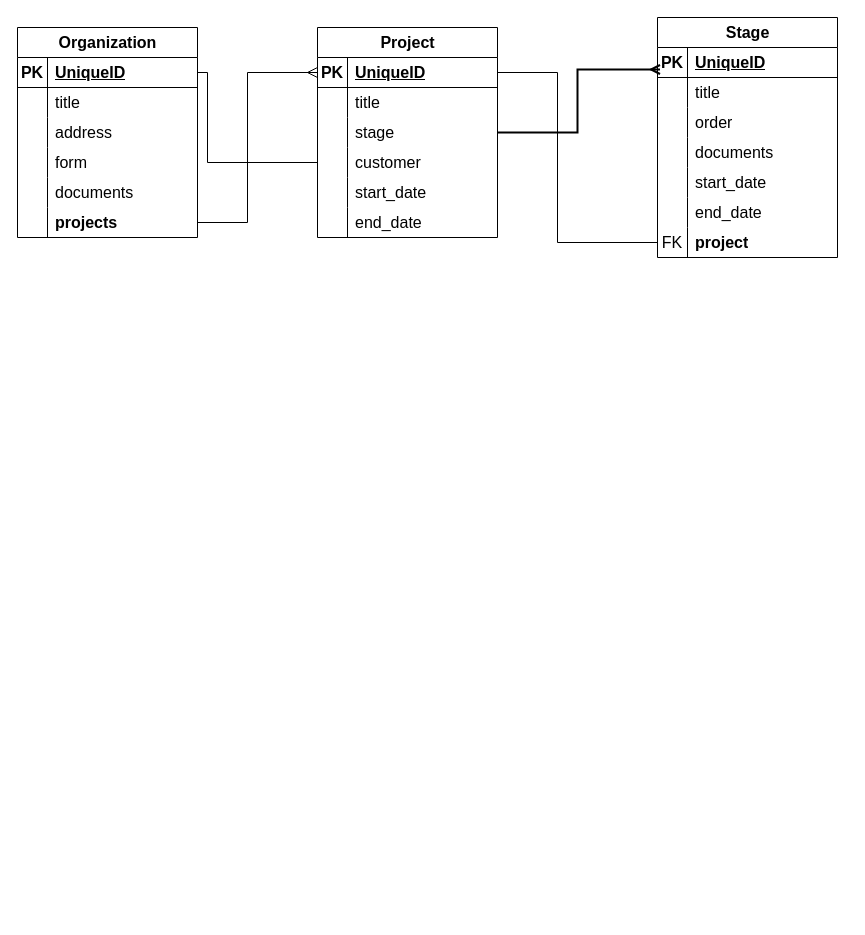
Before: assets/Test.drawio in rinatovich/Projectmon, a draw.io diagram. Source tidied: cells renumbered, new cells numbered last; positions are measured from the earlier drawing's top-left corner, leaving out a move shared by most shapes. Both pictures are drawn from the tidied source at 100%, with x=0, y=0 at pixel (17, 17).
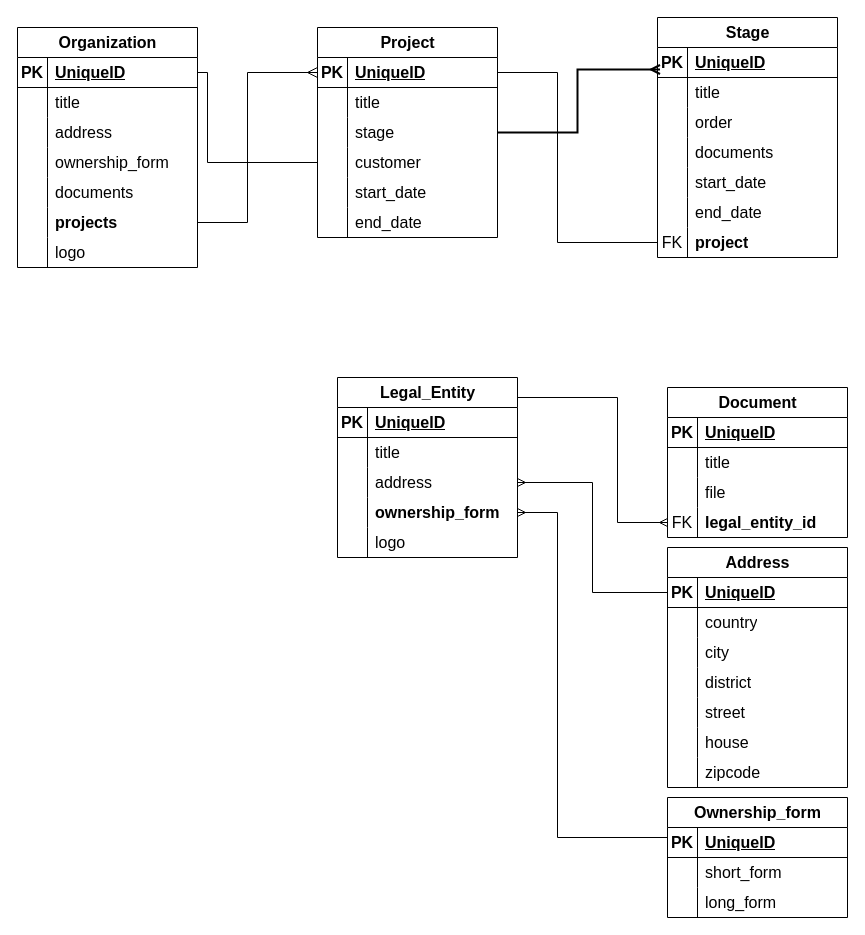
Above is the later version.

Commit message:
Database diagram update

Unchanged cells that the change refers to:
```xml
<mxCell id="54" style="shape=tableRow;horizontal=0;startSize=0;swimlaneHead=0;swimlaneBody=0;fillColor=none;top=0;left=0;right=0;bottom=0;fontSize=16;" parent="44" vertex="1">
  <mxGeometry y="120" width="180" height="30" as="geometry" />
</mxCell>
```

The edit, as a diff of the source:
```diff
@@
     <mxCell id="44" value="Organization" style="shape=table;startSize=30;childLayout=tableLayout;rowLines=0;fontStyle=1;align=center;html=1;fontSize=16;" parent="1" vertex="1">
-      <mxGeometry y="10" width="180" height="210" as="geometry" />
+      <mxGeometry y="10" width="180" height="240" as="geometry" />
     </mxCell>
@@
-    <mxCell id="56" value="form" style="shape=partialRectangle;fillColor=none;top=0;left=0;bottom=0;right=0;align=left;spacingLeft=6;overflow=hidden;whiteSpace=wrap;html=1;fontSize=16;" parent="54" vertex="1">
+    <mxCell id="56" value="ownership_form" style="shape=partialRectangle;fillColor=none;top=0;left=0;bottom=0;right=0;align=left;spacingLeft=6;overflow=hidden;whiteSpace=wrap;html=1;fontSize=16;" parent="54" vertex="1">
       <mxGeometry x="30" width="150" height="30" as="geometry" />
     </mxCell>
@@
+    <mxCell id="66" style="shape=tableRow;horizontal=0;startSize=0;swimlaneHead=0;swimlaneBody=0;fillColor=none;top=0;left=0;right=0;bottom=0;fontSize=16;" parent="44" vertex="1">
+      <mxGeometry y="210" width="180" height="30" as="geometry" />
+    </mxCell>
+    <mxCell id="67" style="shape=partialRectangle;fillColor=none;top=0;left=0;bottom=0;right=0;overflow=hidden;whiteSpace=wrap;html=1;fontSize=16;" parent="66" vertex="1">
+      <mxGeometry width="30" height="30" as="geometry" />
+    </mxCell>
+    <mxCell id="68" value="logo" style="shape=partialRectangle;fillColor=none;top=0;left=0;bottom=0;right=0;align=left;spacingLeft=6;overflow=hidden;whiteSpace=wrap;html=1;fontSize=16;" parent="66" vertex="1">
+      <mxGeometry x="30" width="150" height="30" as="geometry" />
+    </mxCell>
@@
+    <mxCell id="69" value="Legal_Entity" style="shape=table;startSize=30;childLayout=tableLayout;rowLines=0;fontStyle=1;align=center;html=1;fontSize=16;" parent="1" vertex="1">
+      <mxGeometry x="320" y="360" width="180" height="180" as="geometry" />
+    </mxCell>
+    <mxCell id="70" style="shape=tableRow;horizontal=0;startSize=0;swimlaneHead=0;swimlaneBody=0;fillColor=none;top=0;left=0;right=0;bottom=1;fontSize=16;" parent="69" vertex="1">
+      <mxGeometry y="30" width="180" height="30" as="geometry" />
+    </mxCell>
+    <mxCell id="71" value="PK" style="shape=partialRectangle;fillColor=none;top=0;left=0;bottom=0;right=0;fontStyle=1;overflow=hidden;whiteSpace=wrap;html=1;fontSize=16;" parent="70" vertex="1">
+      <mxGeometry width="30" height="30" as="geometry" />
+    </mxCell>
+    <mxCell id="72" value="UniqueID" style="shape=partialRectangle;fillColor=none;top=0;left=0;bottom=0;right=0;align=left;spacingLeft=6;fontStyle=5;overflow=hidden;whiteSpace=wrap;html=1;fontSize=16;" parent="70" vertex="1">
+      <mxGeometry x="30" width="150" height="30" as="geometry" />
+    </mxCell>
+    <mxCell id="73" style="shape=tableRow;horizontal=0;startSize=0;swimlaneHead=0;swimlaneBody=0;fillColor=none;top=0;left=0;right=0;bottom=0;fontSize=16;" parent="69" vertex="1">
+      <mxGeometry y="60" width="180" height="30" as="geometry" />
+    </mxCell>
+    <mxCell id="74" style="shape=partialRectangle;fillColor=none;top=0;left=0;bottom=0;right=0;overflow=hidden;whiteSpace=wrap;html=1;fontSize=16;" parent="73" vertex="1">
+      <mxGeometry width="30" height="30" as="geometry" />
+    </mxCell>
+    <mxCell id="75" value="title" style="shape=partialRectangle;fillColor=none;top=0;left=0;bottom=0;right=0;align=left;spacingLeft=6;overflow=hidden;whiteSpace=wrap;html=1;fontSize=16;" parent="73" vertex="1">
+      <mxGeometry x="30" width="150" height="30" as="geometry" />
+    </mxCell>
+    <mxCell id="76" style="shape=tableRow;horizontal=0;startSize=0;swimlaneHead=0;swimlaneBody=0;fillColor=none;points=[[0,0.5],[1,0.5]];portConstraint=eastwest;top=0;left=0;right=0;bottom=0;fontSize=16;" parent="69" vertex="1">
+      <mxGeometry y="90" width="180" height="30" as="geometry" />
+    </mxCell>
+    <mxCell id="77" style="shape=partialRectangle;fillColor=none;top=0;left=0;bottom=0;right=0;overflow=hidden;whiteSpace=wrap;html=1;fontSize=16;" parent="76" vertex="1">
+      <mxGeometry width="30" height="30" as="geometry" />
+    </mxCell>
+    <mxCell id="78" value="address" style="shape=partialRectangle;fillColor=none;top=0;left=0;bottom=0;right=0;align=left;spacingLeft=6;overflow=hidden;whiteSpace=wrap;html=1;fontSize=16;" parent="76" vertex="1">
+      <mxGeometry x="30" width="150" height="30" as="geometry" />
+    </mxCell>
+    <mxCell id="79" style="shape=tableRow;horizontal=0;startSize=0;swimlaneHead=0;swimlaneBody=0;fillColor=none;points=[[0,0.5],[1,0.5]];portConstraint=eastwest;top=0;left=0;right=0;bottom=0;fontSize=16;" parent="69" vertex="1">
+      <mxGeometry y="120" width="180" height="30" as="geometry" />
+    </mxCell>
+    <mxCell id="80" style="shape=partialRectangle;fillColor=none;top=0;left=0;bottom=0;right=0;overflow=hidden;whiteSpace=wrap;html=1;fontSize=16;" parent="79" vertex="1">
+      <mxGeometry width="30" height="30" as="geometry" />
+    </mxCell>
+    <mxCell id="81" value="ownership_form" style="shape=partialRectangle;fillColor=none;top=0;left=0;bottom=0;right=0;align=left;spacingLeft=6;overflow=hidden;whiteSpace=wrap;html=1;fontSize=16;fontStyle=1;" parent="79" vertex="1">
+      <mxGeometry x="30" width="150" height="30" as="geometry" />
+    </mxCell>
+    <mxCell id="82" style="shape=tableRow;horizontal=0;startSize=0;swimlaneHead=0;swimlaneBody=0;fillColor=none;top=0;left=0;right=0;bottom=0;fontSize=16;" parent="69" vertex="1">
+      <mxGeometry y="150" width="180" height="30" as="geometry" />
+    </mxCell>
+    <mxCell id="83" style="shape=partialRectangle;fillColor=none;top=0;left=0;bottom=0;right=0;overflow=hidden;whiteSpace=wrap;html=1;fontSize=16;" parent="82" vertex="1">
+      <mxGeometry width="30" height="30" as="geometry" />
+    </mxCell>
+    <mxCell id="84" value="logo" style="shape=partialRectangle;fillColor=none;top=0;left=0;bottom=0;right=0;align=left;spacingLeft=6;overflow=hidden;whiteSpace=wrap;html=1;fontSize=16;" parent="82" vertex="1">
+      <mxGeometry x="30" width="150" height="30" as="geometry" />
+    </mxCell>
+    <mxCell id="85" value="Document" style="shape=table;startSize=30;childLayout=tableLayout;rowLines=0;fontStyle=1;align=center;html=1;fontSize=16;" parent="1" vertex="1">
+      <mxGeometry x="650" y="370" width="180" height="150" as="geometry" />
+    </mxCell>
+    <mxCell id="86" style="shape=tableRow;horizontal=0;startSize=0;swimlaneHead=0;swimlaneBody=0;fillColor=none;top=0;left=0;right=0;bottom=1;fontSize=16;" parent="85" vertex="1">
+      <mxGeometry y="30" width="180" height="30" as="geometry" />
+    </mxCell>
+    <mxCell id="87" value="PK" style="shape=partialRectangle;fillColor=none;top=0;left=0;bottom=0;right=0;fontStyle=1;overflow=hidden;whiteSpace=wrap;html=1;fontSize=16;" parent="86" vertex="1">
+      <mxGeometry width="30" height="30" as="geometry" />
+    </mxCell>
+    <mxCell id="88" value="UniqueID" style="shape=partialRectangle;fillColor=none;top=0;left=0;bottom=0;right=0;align=left;spacingLeft=6;fontStyle=5;overflow=hidden;whiteSpace=wrap;html=1;fontSize=16;" parent="86" vertex="1">
+      <mxGeometry x="30" width="150" height="30" as="geometry" />
+    </mxCell>
+    <mxCell id="89" style="shape=tableRow;horizontal=0;startSize=0;swimlaneHead=0;swimlaneBody=0;fillColor=none;top=0;left=0;right=0;bottom=0;fontSize=16;" parent="85" vertex="1">
+      <mxGeometry y="60" width="180" height="30" as="geometry" />
+    </mxCell>
+    <mxCell id="90" style="shape=partialRectangle;fillColor=none;top=0;left=0;bottom=0;right=0;overflow=hidden;whiteSpace=wrap;html=1;fontSize=16;" parent="89" vertex="1">
+      <mxGeometry width="30" height="30" as="geometry" />
+    </mxCell>
+    <mxCell id="91" value="title" style="shape=partialRectangle;fillColor=none;top=0;left=0;bottom=0;right=0;align=left;spacingLeft=6;overflow=hidden;whiteSpace=wrap;html=1;fontSize=16;" parent="89" vertex="1">
+      <mxGeometry x="30" width="150" height="30" as="geometry" />
+    </mxCell>
+    <mxCell id="92" style="shape=tableRow;horizontal=0;startSize=0;swimlaneHead=0;swimlaneBody=0;fillColor=none;top=0;left=0;right=0;bottom=0;fontSize=16;" parent="85" vertex="1">
+      <mxGeometry y="90" width="180" height="30" as="geometry" />
+    </mxCell>
+    <mxCell id="93" style="shape=partialRectangle;fillColor=none;top=0;left=0;bottom=0;right=0;overflow=hidden;whiteSpace=wrap;html=1;fontSize=16;" parent="92" vertex="1">
+      <mxGeometry width="30" height="30" as="geometry" />
+    </mxCell>
+    <mxCell id="94" value="file" style="shape=partialRectangle;fillColor=none;top=0;left=0;bottom=0;right=0;align=left;spacingLeft=6;overflow=hidden;whiteSpace=wrap;html=1;fontSize=16;" parent="92" vertex="1">
+      <mxGeometry x="30" width="150" height="30" as="geometry" />
+    </mxCell>
+    <mxCell id="95" style="shape=tableRow;horizontal=0;startSize=0;swimlaneHead=0;swimlaneBody=0;fillColor=none;points=[[0,0.5],[1,0.5]];portConstraint=eastwest;top=0;left=0;right=0;bottom=0;fontSize=16;" parent="85" vertex="1">
+      <mxGeometry y="120" width="180" height="30" as="geometry" />
+    </mxCell>
+    <mxCell id="96" value="FK" style="shape=partialRectangle;fillColor=none;top=0;left=0;bottom=0;right=0;overflow=hidden;whiteSpace=wrap;html=1;fontSize=16;" parent="95" vertex="1">
+      <mxGeometry width="30" height="30" as="geometry" />
+    </mxCell>
+    <mxCell id="97" value="legal_entity_id" style="shape=partialRectangle;fillColor=none;top=0;left=0;bottom=0;right=0;align=left;spacingLeft=6;overflow=hidden;whiteSpace=wrap;html=1;fontSize=16;fontStyle=1;" parent="95" vertex="1">
+      <mxGeometry x="30" width="150" height="30" as="geometry" />
+    </mxCell>
+    <mxCell id="98" style="edgeStyle=orthogonalEdgeStyle;rounded=0;jettySize=auto;html=1;exitX=0;exitY=0.5;exitDx=0;exitDy=0;startArrow=ERmany;startFill=0;endArrow=none;endFill=0;" parent="1" edge="1" source="95">
+      <mxGeometry relative="1" as="geometry">
+        <mxPoint x="500" y="380" as="targetPoint" />
+        <Array as="points">
+          <mxPoint x="600" y="505" />
+          <mxPoint x="600" y="380" />
+          <mxPoint x="500" y="380" />
+        </Array>
+      </mxGeometry>
+    </mxCell>
+    <mxCell id="99" value="Ownership_form" style="shape=table;startSize=30;childLayout=tableLayout;rowLines=0;fontStyle=1;align=center;html=1;fontSize=16;" parent="1" vertex="1">
+      <mxGeometry x="650" y="780" width="180" height="120" as="geometry" />
+    </mxCell>
+    <mxCell id="100" style="shape=tableRow;horizontal=0;startSize=0;swimlaneHead=0;swimlaneBody=0;fillColor=none;points=[[0,0.5],[1,0.5]];portConstraint=eastwest;top=0;left=0;right=0;bottom=1;fontSize=16;" parent="99" vertex="1">
+      <mxGeometry y="30" width="180" height="30" as="geometry" />
+    </mxCell>
+    <mxCell id="101" value="PK" style="shape=partialRectangle;fillColor=none;top=0;left=0;bottom=0;right=0;fontStyle=1;overflow=hidden;whiteSpace=wrap;html=1;fontSize=16;" parent="100" vertex="1">
+      <mxGeometry width="30" height="30" as="geometry" />
+    </mxCell>
+    <mxCell id="102" value="UniqueID" style="shape=partialRectangle;fillColor=none;top=0;left=0;bottom=0;right=0;align=left;spacingLeft=6;fontStyle=5;overflow=hidden;whiteSpace=wrap;html=1;fontSize=16;" parent="100" vertex="1">
+      <mxGeometry x="30" width="150" height="30" as="geometry" />
+    </mxCell>
+    <mxCell id="103" style="shape=tableRow;horizontal=0;startSize=0;swimlaneHead=0;swimlaneBody=0;fillColor=none;top=0;left=0;right=0;bottom=0;fontSize=16;" parent="99" vertex="1">
+      <mxGeometry y="60" width="180" height="30" as="geometry" />
+    </mxCell>
+    <mxCell id="104" style="shape=partialRectangle;fillColor=none;top=0;left=0;bottom=0;right=0;overflow=hidden;whiteSpace=wrap;html=1;fontSize=16;" parent="103" vertex="1">
+      <mxGeometry width="30" height="30" as="geometry" />
+    </mxCell>
+    <mxCell id="105" value="short_form" style="shape=partialRectangle;fillColor=none;top=0;left=0;bottom=0;right=0;align=left;spacingLeft=6;overflow=hidden;whiteSpace=wrap;html=1;fontSize=16;" parent="103" vertex="1">
+      <mxGeometry x="30" width="150" height="30" as="geometry" />
+    </mxCell>
+    <mxCell id="106" style="shape=tableRow;horizontal=0;startSize=0;swimlaneHead=0;swimlaneBody=0;fillColor=none;top=0;left=0;right=0;bottom=0;fontSize=16;" parent="99" vertex="1">
+      <mxGeometry y="90" width="180" height="30" as="geometry" />
+    </mxCell>
+    <mxCell id="107" style="shape=partialRectangle;fillColor=none;top=0;left=0;bottom=0;right=0;overflow=hidden;whiteSpace=wrap;html=1;fontSize=16;" parent="106" vertex="1">
+      <mxGeometry width="30" height="30" as="geometry" />
+    </mxCell>
+    <mxCell id="108" value="long_form" style="shape=partialRectangle;fillColor=none;top=0;left=0;bottom=0;right=0;align=left;spacingLeft=6;overflow=hidden;whiteSpace=wrap;html=1;fontSize=16;" parent="106" vertex="1">
+      <mxGeometry x="30" width="150" height="30" as="geometry" />
+    </mxCell>
+    <mxCell id="109" style="edgeStyle=orthogonalEdgeStyle;rounded=0;jettySize=auto;html=1;exitX=1;exitY=0.5;exitDx=0;exitDy=0;entryX=0;entryY=0.5;entryDx=0;entryDy=0;endArrow=none;endFill=0;startArrow=ERmany;startFill=0;" parent="1" edge="1" source="79" target="100">
+      <mxGeometry relative="1" as="geometry">
+        <Array as="points">
+          <mxPoint x="540" y="495" />
+          <mxPoint x="540" y="820" />
+          <mxPoint x="650" y="820" />
+        </Array>
+      </mxGeometry>
+    </mxCell>
+    <mxCell id="110" value="Address" style="shape=table;startSize=30;childLayout=tableLayout;rowLines=0;fontStyle=1;align=center;html=1;fontSize=16;" parent="1" vertex="1">
+      <mxGeometry x="650" y="530" width="180" height="240" as="geometry" />
+    </mxCell>
+    <mxCell id="111" style="shape=tableRow;horizontal=0;startSize=0;swimlaneHead=0;swimlaneBody=0;fillColor=none;points=[[0,0.5],[1,0.5]];portConstraint=eastwest;top=0;left=0;right=0;bottom=1;fontSize=16;" parent="110" vertex="1">
+      <mxGeometry y="30" width="180" height="30" as="geometry" />
+    </mxCell>
+    <mxCell id="112" value="PK" style="shape=partialRectangle;fillColor=none;top=0;left=0;bottom=0;right=0;fontStyle=1;overflow=hidden;whiteSpace=wrap;html=1;fontSize=16;" parent="111" vertex="1">
+      <mxGeometry width="30" height="30" as="geometry" />
+    </mxCell>
+    <mxCell id="113" value="UniqueID" style="shape=partialRectangle;fillColor=none;top=0;left=0;bottom=0;right=0;align=left;spacingLeft=6;fontStyle=5;overflow=hidden;whiteSpace=wrap;html=1;fontSize=16;" parent="111" vertex="1">
+      <mxGeometry x="30" width="150" height="30" as="geometry" />
+    </mxCell>
+    <mxCell id="114" style="shape=tableRow;horizontal=0;startSize=0;swimlaneHead=0;swimlaneBody=0;fillColor=none;top=0;left=0;right=0;bottom=0;fontSize=16;" parent="110" vertex="1">
+      <mxGeometry y="60" width="180" height="30" as="geometry" />
+    </mxCell>
+    <mxCell id="115" style="shape=partialRectangle;fillColor=none;top=0;left=0;bottom=0;right=0;overflow=hidden;whiteSpace=wrap;html=1;fontSize=16;" parent="114" vertex="1">
+      <mxGeometry width="30" height="30" as="geometry" />
+    </mxCell>
+    <mxCell id="116" value="country" style="shape=partialRectangle;fillColor=none;top=0;left=0;bottom=0;right=0;align=left;spacingLeft=6;overflow=hidden;whiteSpace=wrap;html=1;fontSize=16;" parent="114" vertex="1">
+      <mxGeometry x="30" width="150" height="30" as="geometry" />
+    </mxCell>
+    <mxCell id="117" style="shape=tableRow;horizontal=0;startSize=0;swimlaneHead=0;swimlaneBody=0;fillColor=none;top=0;left=0;right=0;bottom=0;fontSize=16;" parent="110" vertex="1">
+      <mxGeometry y="90" width="180" height="30" as="geometry" />
+    </mxCell>
+    <mxCell id="118" style="shape=partialRectangle;fillColor=none;top=0;left=0;bottom=0;right=0;overflow=hidden;whiteSpace=wrap;html=1;fontSize=16;" parent="117" vertex="1">
+      <mxGeometry width="30" height="30" as="geometry" />
+    </mxCell>
+    <mxCell id="119" value="city" style="shape=partialRectangle;fillColor=none;top=0;left=0;bottom=0;right=0;align=left;spacingLeft=6;overflow=hidden;whiteSpace=wrap;html=1;fontSize=16;" parent="117" vertex="1">
+      <mxGeometry x="30" width="150" height="30" as="geometry" />
+    </mxCell>
+    <mxCell id="120" style="shape=tableRow;horizontal=0;startSize=0;swimlaneHead=0;swimlaneBody=0;fillColor=none;top=0;left=0;right=0;bottom=0;fontSize=16;" parent="110" vertex="1">
+      <mxGeometry y="120" width="180" height="30" as="geometry" />
+    </mxCell>
+    <mxCell id="121" style="shape=partialRectangle;fillColor=none;top=0;left=0;bottom=0;right=0;overflow=hidden;whiteSpace=wrap;html=1;fontSize=16;" parent="120" vertex="1">
+      <mxGeometry width="30" height="30" as="geometry" />
+    </mxCell>
+    <mxCell id="122" value="district" style="shape=partialRectangle;fillColor=none;top=0;left=0;bottom=0;right=0;align=left;spacingLeft=6;overflow=hidden;whiteSpace=wrap;html=1;fontSize=16;" parent="120" vertex="1">
+      <mxGeometry x="30" width="150" height="30" as="geometry" />
+    </mxCell>
+    <mxCell id="123" style="shape=tableRow;horizontal=0;startSize=0;swimlaneHead=0;swimlaneBody=0;fillColor=none;top=0;left=0;right=0;bottom=0;fontSize=16;" parent="110" vertex="1">
+      <mxGeometry y="150" width="180" height="30" as="geometry" />
+    </mxCell>
+    <mxCell id="124" style="shape=partialRectangle;fillColor=none;top=0;left=0;bottom=0;right=0;overflow=hidden;whiteSpace=wrap;html=1;fontSize=16;" parent="123" vertex="1">
+      <mxGeometry width="30" height="30" as="geometry" />
+    </mxCell>
+    <mxCell id="125" value="street" style="shape=partialRectangle;fillColor=none;top=0;left=0;bottom=0;right=0;align=left;spacingLeft=6;overflow=hidden;whiteSpace=wrap;html=1;fontSize=16;" parent="123" vertex="1">
+      <mxGeometry x="30" width="150" height="30" as="geometry" />
+    </mxCell>
+    <mxCell id="126" style="shape=tableRow;horizontal=0;startSize=0;swimlaneHead=0;swimlaneBody=0;fillColor=none;top=0;left=0;right=0;bottom=0;fontSize=16;" parent="110" vertex="1">
+      <mxGeometry y="180" width="180" height="30" as="geometry" />
+    </mxCell>
+    <mxCell id="127" style="shape=partialRectangle;fillColor=none;top=0;left=0;bottom=0;right=0;overflow=hidden;whiteSpace=wrap;html=1;fontSize=16;" parent="126" vertex="1">
+      <mxGeometry width="30" height="30" as="geometry" />
+    </mxCell>
+    <mxCell id="128" value="house" style="shape=partialRectangle;fillColor=none;top=0;left=0;bottom=0;right=0;align=left;spacingLeft=6;overflow=hidden;whiteSpace=wrap;html=1;fontSize=16;" parent="126" vertex="1">
+      <mxGeometry x="30" width="150" height="30" as="geometry" />
+    </mxCell>
+    <mxCell id="129" style="shape=tableRow;horizontal=0;startSize=0;swimlaneHead=0;swimlaneBody=0;fillColor=none;top=0;left=0;right=0;bottom=0;fontSize=16;" parent="110" vertex="1">
+      <mxGeometry y="210" width="180" height="30" as="geometry" />
+    </mxCell>
+    <mxCell id="130" style="shape=partialRectangle;fillColor=none;top=0;left=0;bottom=0;right=0;overflow=hidden;whiteSpace=wrap;html=1;fontSize=16;" parent="129" vertex="1">
+      <mxGeometry width="30" height="30" as="geometry" />
+    </mxCell>
+    <mxCell id="131" value="zipcode" style="shape=partialRectangle;fillColor=none;top=0;left=0;bottom=0;right=0;align=left;spacingLeft=6;overflow=hidden;whiteSpace=wrap;html=1;fontSize=16;" parent="129" vertex="1">
+      <mxGeometry x="30" width="150" height="30" as="geometry" />
+    </mxCell>
+    <mxCell id="132" style="edgeStyle=orthogonalEdgeStyle;rounded=0;jettySize=auto;html=1;exitX=0;exitY=0.5;exitDx=0;exitDy=0;entryX=1;entryY=0.5;entryDx=0;entryDy=0;startArrow=none;startFill=0;endArrow=ERmany;endFill=0;" parent="1" edge="1" source="111" target="76">
+      <mxGeometry relative="1" as="geometry" />
+    </mxCell>
```
